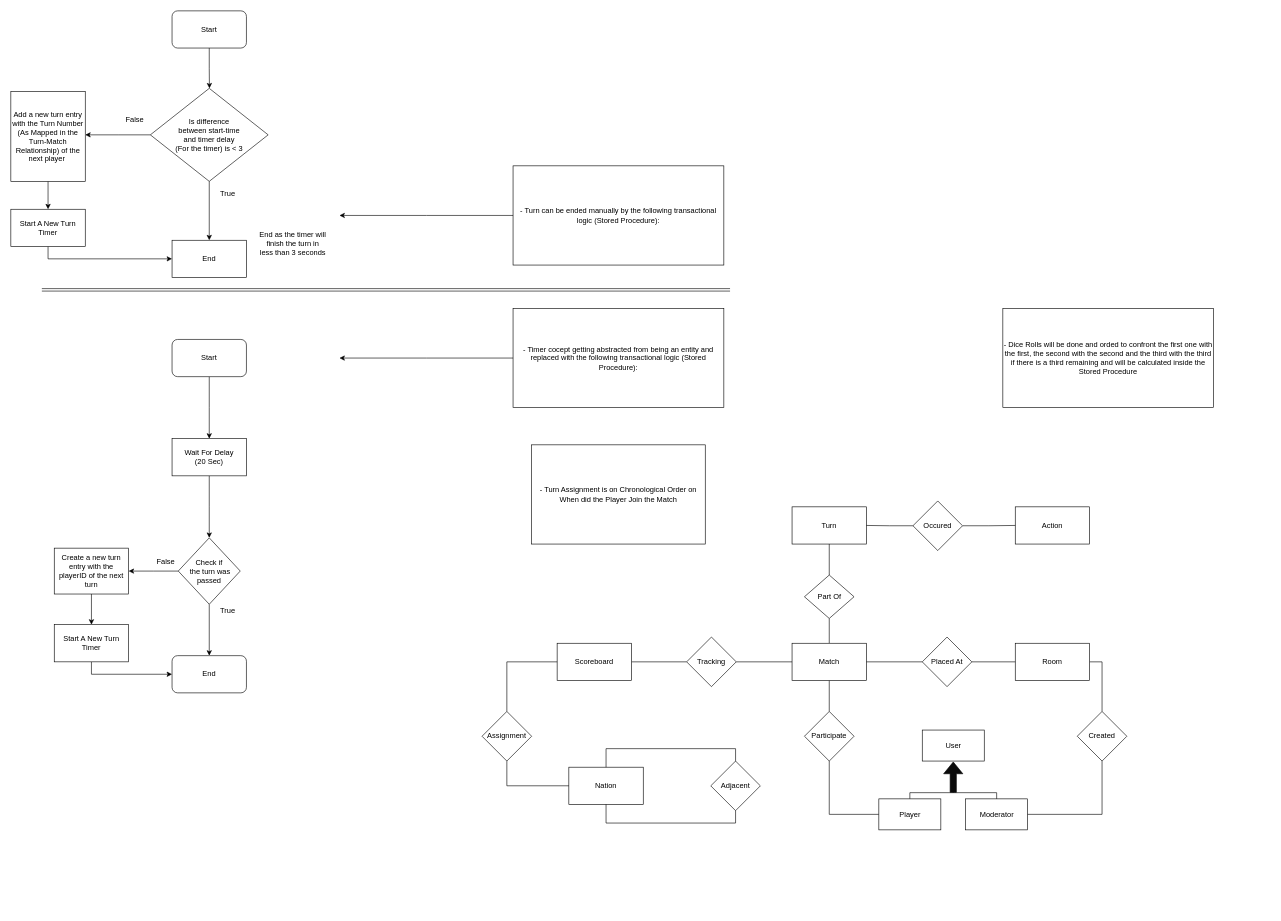
Before: doc/Schema Concettuale (Stripped).drawio in CptPackage/risiko-online, a draw.io diagram. Source tidied: cells renumbered, new cells numbered last; positions are measured from the earlier drawing's top-left corner, leaving out a move shared by most shapes. Both pictures are drawn from the tidied source at 62%, with x=0, y=0 at pixel (11, 11).
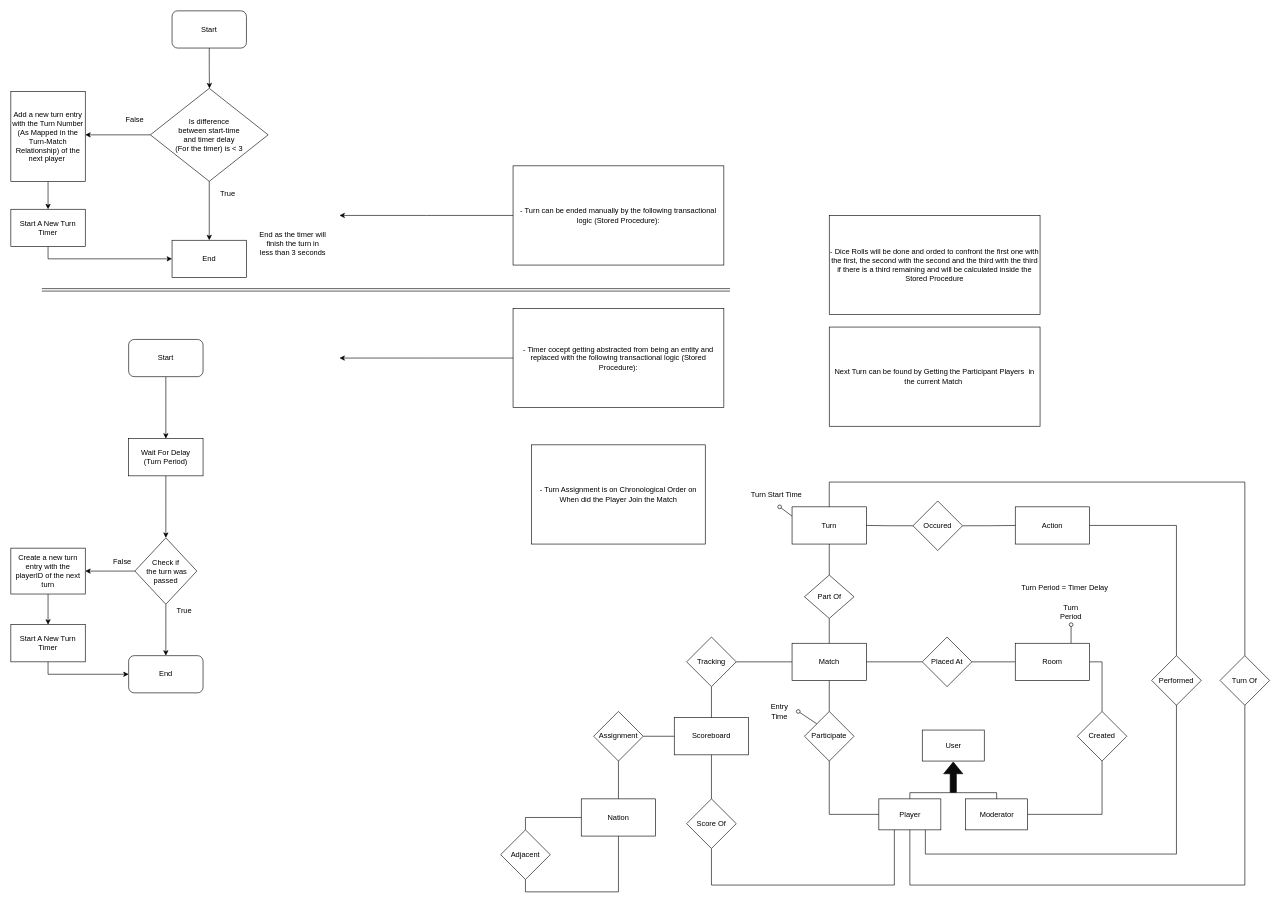
Above is the later version.

Commit message:
[ER] Added more connection between player and other related concepts

The change refers to these unchanged cells:
```xml
<mxCell id="5" value="Turn" style="rounded=0;whiteSpace=wrap;html=1;" parent="1" vertex="1">
  <mxGeometry x="1260" y="800" width="120" height="60" as="geometry" />
</mxCell>
<mxCell id="6" value="Action" style="rounded=0;whiteSpace=wrap;html=1;direction=east;" parent="1" vertex="1">
  <mxGeometry x="1620" y="800" width="120" height="60" as="geometry" />
</mxCell>
<mxCell id="9" value="Participate" style="rhombus;whiteSpace=wrap;html=1;" parent="1" vertex="1">
  <mxGeometry x="1280" y="1130" width="80" height="80" as="geometry" />
</mxCell>
<mxCell id="15" value="Player" style="html=1;dashed=0;whitespace=wrap;" parent="12" vertex="1">
  <mxGeometry y="111" width="100" height="50" as="geometry" />
</mxCell>
<mxCell id="26" value="Tracking" style="rhombus;whiteSpace=wrap;html=1;" parent="1" vertex="1">
  <mxGeometry x="1090" y="1010" width="80" height="80" as="geometry" />
</mxCell>
<mxCell id="34" value="Adjacent" style="rhombus;whiteSpace=wrap;html=1;direction=east;" parent="33" vertex="1">
  <mxGeometry width="80" height="80" as="geometry" />
</mxCell>
<mxCell id="39" value="Room" style="rounded=0;whiteSpace=wrap;html=1;" parent="1" vertex="1">
  <mxGeometry x="1620" y="1020" width="120" height="60" as="geometry" />
</mxCell>
```

What changed in the source:
```diff
@@
-    <mxCell id="2" style="edgeStyle=orthogonalEdgeStyle;rounded=0;jettySize=auto;html=1;exitX=1;exitY=0.5;exitDx=0;exitDy=0;endArrow=none;endFill=0;fillColor=#0A0A0A;" parent="1" edge="1" source="3" target="26">
+    <mxCell id="2" style="edgeStyle=orthogonalEdgeStyle;rounded=0;jettySize=auto;html=1;exitX=0.5;exitY=0;exitDx=0;exitDy=0;endArrow=none;endFill=0;fillColor=#0A0A0A;" parent="1" edge="1" source="3" target="26">
       <mxGeometry relative="1" as="geometry" />
     </mxCell>
     <mxCell id="3" value="Scoreboard" style="rounded=0;whiteSpace=wrap;html=1;" parent="1" vertex="1">
-      <mxGeometry x="881.1" y="1020" width="120" height="60" as="geometry" />
+      <mxGeometry x="1070" y="1140" width="120" height="60" as="geometry" />
     </mxCell>
@@
+    <mxCell id="78" style="rounded=0;jettySize=auto;html=1;exitX=0;exitY=0.25;exitDx=0;exitDy=0;endArrow=oval;endFill=0;fillColor=#0A0A0A;" parent="1" edge="1" source="5">
+      <mxGeometry relative="1" as="geometry">
+        <mxPoint x="1240" y="800" as="targetPoint" />
+      </mxGeometry>
+    </mxCell>
@@
+    <mxCell id="79" style="edgeStyle=orthogonalEdgeStyle;rounded=0;jettySize=auto;html=1;exitX=1;exitY=0.5;exitDx=0;exitDy=0;entryX=0.75;entryY=1;entryDx=0;entryDy=0;endArrow=none;endFill=0;fillColor=#0A0A0A;" parent="1" edge="1" source="88" target="15">
+      <mxGeometry relative="1" as="geometry">
+        <Array as="points">
+          <mxPoint x="1880" y="1080" />
+          <mxPoint x="1880" y="1360" />
+          <mxPoint x="1475" y="1360" />
+        </Array>
+      </mxGeometry>
+    </mxCell>
@@
+    <mxCell id="80" style="edgeStyle=none;rounded=0;jettySize=auto;html=1;exitX=0;exitY=0;exitDx=0;exitDy=0;endArrow=oval;endFill=0;fillColor=#0A0A0A;" parent="1" edge="1" source="9">
+      <mxGeometry relative="1" as="geometry">
+        <mxPoint x="1270" y="1130" as="targetPoint" />
+      </mxGeometry>
+    </mxCell>
@@
-    <mxCell id="18" style="group;direction=north;" parent="1" vertex="1">
-      <mxGeometry x="870" y="1330" width="200" height="120" as="geometry" />
-    </mxCell>
-    <mxCell id="19" style="group;direction=west;" parent="18" vertex="1">
-      <mxGeometry x="30" y="-110.1" width="120" height="60" as="geometry" />
-    </mxCell>
-    <mxCell id="20" value="Nation" style="rounded=0;whiteSpace=wrap;html=1;direction=east;" parent="19" vertex="1">
-      <mxGeometry width="120" height="60" as="geometry" />
-    </mxCell>
@@
+    <mxCell id="81" style="edgeStyle=orthogonalEdgeStyle;rounded=0;jettySize=auto;html=1;exitX=0.5;exitY=1;exitDx=0;exitDy=0;entryX=0;entryY=0.5;entryDx=0;entryDy=0;endArrow=none;endFill=0;fillColor=#0A0A0A;" parent="1" edge="1" source="31" target="3">
+      <mxGeometry relative="1" as="geometry" />
+    </mxCell>
-    <mxCell id="30" style="edgeStyle=orthogonalEdgeStyle;rounded=0;jettySize=auto;html=1;exitX=0;exitY=0.5;exitDx=0;exitDy=0;endArrow=none;endFill=0;fillColor=#0A0A0A;entryX=0;entryY=0.5;entryDx=0;entryDy=0;" parent="1" edge="1" source="31" target="20">
+    <mxCell id="30" style="edgeStyle=orthogonalEdgeStyle;rounded=0;jettySize=auto;html=1;exitX=0;exitY=0.5;exitDx=0;exitDy=0;entryX=0.5;entryY=0;entryDx=0;entryDy=0;endArrow=none;endFill=0;fillColor=#0A0A0A;" parent="1" edge="1" source="31" target="20">
       <mxGeometry relative="1" as="geometry" />
     </mxCell>
     <mxCell id="31" value="Assignment" style="rhombus;whiteSpace=wrap;html=1;direction=north;" parent="1" vertex="1">
-      <mxGeometry x="760" y="1130" width="80" height="80" as="geometry" />
+      <mxGeometry x="940" y="1130" width="80" height="80" as="geometry" />
     </mxCell>
-    <mxCell id="32" style="edgeStyle=orthogonalEdgeStyle;rounded=0;jettySize=auto;html=1;exitX=0;exitY=0.5;exitDx=0;exitDy=0;entryX=1;entryY=0.5;entryDx=0;entryDy=0;endArrow=none;endFill=0;fillColor=#0A0A0A;" parent="1" edge="1" source="3" target="31">
-      <mxGeometry relative="1" as="geometry" />
-    </mxCell>
     <mxCell id="33" style="group;" parent="1" vertex="1">
-      <mxGeometry x="1128.9" y="1210" width="80" height="80" as="geometry" />
+      <mxGeometry x="790" y="1321" width="80" height="80" as="geometry" />
     </mxCell>
@@
-    <mxCell id="35" style="edgeStyle=orthogonalEdgeStyle;rounded=0;jettySize=auto;html=1;exitX=0.5;exitY=0;exitDx=0;exitDy=0;entryX=0.5;entryY=0;entryDx=0;entryDy=0;endArrow=none;endFill=0;fillColor=#0A0A0A;" parent="1" edge="1" source="34" target="20">
-      <mxGeometry relative="1" as="geometry" />
-    </mxCell>
@@
+    <mxCell id="82" style="edgeStyle=none;rounded=0;jettySize=auto;html=1;exitX=0.75;exitY=0;exitDx=0;exitDy=0;endArrow=oval;endFill=0;fillColor=#0A0A0A;" parent="1" edge="1" source="39">
+      <mxGeometry relative="1" as="geometry">
+        <mxPoint x="1710.1" y="990" as="targetPoint" />
+      </mxGeometry>
+    </mxCell>
@@
-    <mxCell id="43" style="edgeStyle=orthogonalEdgeStyle;rounded=0;jettySize=auto;html=1;exitX=0.5;exitY=1;exitDx=0;exitDy=0;entryX=0.5;entryY=1;entryDx=0;entryDy=0;endArrow=none;endFill=0;fillColor=#0A0A0A;" parent="1" edge="1" source="34" target="20">
-      <mxGeometry relative="1" as="geometry">
-        <Array as="points">
-          <mxPoint x="1168.9" y="1310" />
-          <mxPoint x="959.9" y="1310" />
-        </Array>
-      </mxGeometry>
-    </mxCell>
@@
     <mxCell id="46" style="edgeStyle=orthogonalEdgeStyle;rounded=0;jettySize=auto;html=1;exitX=0.5;exitY=1;exitDx=0;exitDy=0;endArrow=classic;endFill=1;fillColor=#0A0A0A;" parent="1" edge="1" source="47">
       <mxGeometry relative="1" as="geometry">
-        <mxPoint x="320" y="690" as="targetPoint" />
+        <mxPoint x="250" y="690" as="targetPoint" />
       </mxGeometry>
     </mxCell>
     <mxCell id="47" value="Start" style="rounded=1;whiteSpace=wrap;html=1;" parent="1" vertex="1">
-      <mxGeometry x="260" y="530" width="120" height="60" as="geometry" />
+      <mxGeometry x="190" y="530" width="120" height="60" as="geometry" />
     </mxCell>
     <mxCell id="48" style="edgeStyle=orthogonalEdgeStyle;rounded=0;jettySize=auto;html=1;exitX=0.5;exitY=1;exitDx=0;exitDy=0;endArrow=classic;endFill=1;fillColor=#0A0A0A;" parent="1" edge="1" source="49">
       <mxGeometry relative="1" as="geometry">
-        <mxPoint x="320" y="850" as="targetPoint" />
+        <mxPoint x="250" y="850" as="targetPoint" />
       </mxGeometry>
     </mxCell>
-    <mxCell id="49" value="Wait For Delay&lt;br&gt;(20 Sec)" style="rounded=0;whiteSpace=wrap;html=1;strokeColor=#000000;" parent="1" vertex="1">
-      <mxGeometry x="260" y="690" width="120" height="60" as="geometry" />
+    <mxCell id="49" value="Wait For Delay&lt;br&gt;(Turn Period)" style="rounded=0;whiteSpace=wrap;html=1;strokeColor=#000000;" parent="1" vertex="1">
+      <mxGeometry x="190" y="690" width="120" height="60" as="geometry" />
     </mxCell>
     <mxCell id="50" style="edgeStyle=orthogonalEdgeStyle;rounded=0;jettySize=auto;html=1;exitX=0.5;exitY=1;exitDx=0;exitDy=0;endArrow=classic;endFill=1;fillColor=#0A0A0A;" parent="1" edge="1" source="52">
       <mxGeometry relative="1" as="geometry">
-        <mxPoint x="320" y="1040" as="targetPoint" />
+        <mxPoint x="250" y="1040" as="targetPoint" />
       </mxGeometry>
     </mxCell>
     <mxCell id="51" style="edgeStyle=orthogonalEdgeStyle;rounded=0;jettySize=auto;html=1;endArrow=classic;endFill=1;fillColor=#0A0A0A;" parent="1" edge="1" source="52">
       <mxGeometry relative="1" as="geometry">
-        <mxPoint x="190" y="903.6" as="targetPoint" />
+        <mxPoint x="120" y="903.6" as="targetPoint" />
       </mxGeometry>
     </mxCell>
     <mxCell id="52" value="Check if&lt;br&gt;&amp;nbsp;the turn was passed" style="rhombus;whiteSpace=wrap;html=1;strokeColor=#000000;" parent="1" vertex="1">
-      <mxGeometry x="270" y="850" width="100" height="107.1" as="geometry" />
+      <mxGeometry x="200" y="850" width="100" height="107.1" as="geometry" />
     </mxCell>
     <mxCell id="53" value="True" style="text;html=1;strokeColor=none;fillColor=none;align=center;verticalAlign=middle;whiteSpace=wrap;rounded=0;" parent="1" vertex="1">
-      <mxGeometry x="330" y="957.1" width="40" height="20" as="geometry" />
+      <mxGeometry x="260" y="957.1" width="40" height="20" as="geometry" />
     </mxCell>
     <mxCell id="54" value="End" style="rounded=1;whiteSpace=wrap;html=1;strokeColor=#000000;" parent="1" vertex="1">
-      <mxGeometry x="260" y="1040" width="120" height="60" as="geometry" />
+      <mxGeometry x="190" y="1040" width="120" height="60" as="geometry" />
     </mxCell>
@@
     <mxCell id="56" value="Create a new turn entry with the playerID of the next turn" style="rounded=0;whiteSpace=wrap;html=1;strokeColor=#000000;" parent="1" vertex="1">
-      <mxGeometry x="70" y="866.6" width="120" height="74" as="geometry" />
+      <mxGeometry y="866.6" width="120" height="74" as="geometry" />
     </mxCell>
     <mxCell id="57" value="False" style="text;html=1;strokeColor=none;fillColor=none;align=center;verticalAlign=middle;whiteSpace=wrap;rounded=0;" parent="1" vertex="1">
-      <mxGeometry x="230" y="877.5" width="40" height="20" as="geometry" />
+      <mxGeometry x="160" y="877.5" width="40" height="20" as="geometry" />
     </mxCell>
@@
     <mxCell id="72" value="- Dice Rolls will be done and orded to confront the first one with the first, the second with the second and the third with the third if there is a third remaining and will be calculated inside the Stored Procedure" style="text;html=1;strokeColor=#000000;fillColor=none;align=center;verticalAlign=middle;whiteSpace=wrap;rounded=0;" parent="1" vertex="1">
-      <mxGeometry x="1600" y="480" width="340" height="160" as="geometry" />
+      <mxGeometry x="1320" y="330" width="340" height="160" as="geometry" />
     </mxCell>
@@
     <mxCell id="77" value="Start A New Turn Timer" style="rounded=0;whiteSpace=wrap;html=1;strokeColor=#000000;" parent="1" vertex="1">
-      <mxGeometry x="70" y="990" width="120" height="60" as="geometry" />
+      <mxGeometry y="990" width="120" height="60" as="geometry" />
     </mxCell>
+    <mxCell id="83" value="Next Turn can be found by Getting the Participant Players&amp;nbsp; in the current Match&amp;nbsp;" style="text;html=1;strokeColor=#000000;fillColor=none;align=center;verticalAlign=middle;whiteSpace=wrap;rounded=0;" parent="1" vertex="1">
+      <mxGeometry x="1320" y="510" width="340" height="160" as="geometry" />
+    </mxCell>
+    <mxCell id="84" value="Entry Time" style="text;html=1;strokeColor=none;fillColor=none;align=center;verticalAlign=middle;whiteSpace=wrap;rounded=0;" parent="1" vertex="1">
+      <mxGeometry x="1220" y="1120" width="40" height="20" as="geometry" />
+    </mxCell>
+    <mxCell id="85" value="Turn Period" style="text;html=1;strokeColor=none;fillColor=none;align=center;verticalAlign=middle;whiteSpace=wrap;rounded=0;" parent="1" vertex="1">
+      <mxGeometry x="1690" y="960" width="40" height="20" as="geometry" />
+    </mxCell>
+    <mxCell id="86" value="Turn Period = Timer Delay" style="text;html=1;strokeColor=none;fillColor=none;align=center;verticalAlign=middle;whiteSpace=wrap;rounded=0;" parent="1" vertex="1">
+      <mxGeometry x="1620" y="920.6" width="160" height="20" as="geometry" />
+    </mxCell>
+    <mxCell id="87" style="edgeStyle=orthogonalEdgeStyle;rounded=0;jettySize=auto;html=1;exitX=0.5;exitY=0;exitDx=0;exitDy=0;entryX=1;entryY=0.5;entryDx=0;entryDy=0;endArrow=none;endFill=0;fillColor=#0A0A0A;" parent="1" edge="1" source="88" target="6">
+      <mxGeometry relative="1" as="geometry" />
+    </mxCell>
+    <mxCell id="88" value="Performed" style="rhombus;whiteSpace=wrap;html=1;strokeColor=#000000;" parent="1" vertex="1">
+      <mxGeometry x="1840" y="1040" width="80" height="80" as="geometry" />
+    </mxCell>
+    <mxCell id="89" style="edgeStyle=orthogonalEdgeStyle;rounded=0;jettySize=auto;html=1;exitX=0.5;exitY=0;exitDx=0;exitDy=0;entryX=0.5;entryY=0;entryDx=0;entryDy=0;endArrow=none;endFill=0;fillColor=#0A0A0A;" parent="1" edge="1" source="91" target="5">
+      <mxGeometry relative="1" as="geometry">
+        <Array as="points">
+          <mxPoint x="1990" y="760" />
+          <mxPoint x="1320" y="760" />
+        </Array>
+      </mxGeometry>
+    </mxCell>
+    <mxCell id="90" style="edgeStyle=orthogonalEdgeStyle;rounded=0;jettySize=auto;html=1;exitX=0.5;exitY=1;exitDx=0;exitDy=0;endArrow=none;endFill=0;fillColor=#0A0A0A;" parent="1" edge="1" source="91">
+      <mxGeometry relative="1" as="geometry">
+        <mxPoint x="1450" y="1321" as="targetPoint" />
+        <Array as="points">
+          <mxPoint x="1990" y="1410" />
+          <mxPoint x="1450" y="1410" />
+          <mxPoint x="1450" y="1321" />
+        </Array>
+      </mxGeometry>
+    </mxCell>
+    <mxCell id="91" value="Turn Of" style="rhombus;whiteSpace=wrap;html=1;strokeColor=#000000;" parent="1" vertex="1">
+      <mxGeometry x="1950.3" y="1040" width="80" height="80" as="geometry" />
+    </mxCell>
+    <mxCell id="92" style="edgeStyle=orthogonalEdgeStyle;rounded=0;jettySize=auto;html=1;exitX=0.5;exitY=1;exitDx=0;exitDy=0;entryX=0.5;entryY=1;entryDx=0;entryDy=0;endArrow=none;endFill=0;fillColor=#0A0A0A;" parent="1" edge="1" source="20" target="34">
+      <mxGeometry relative="1" as="geometry" />
+    </mxCell>
+    <mxCell id="19" style="group;direction=south;" parent="1" vertex="1">
+      <mxGeometry x="920" y="1271" width="60" height="120" as="geometry" />
+    </mxCell>
+    <mxCell id="20" value="Nation" style="rounded=0;whiteSpace=wrap;html=1;direction=east;" parent="19" vertex="1">
+      <mxGeometry width="120" height="60" as="geometry" />
+    </mxCell>
+    <mxCell id="93" style="edgeStyle=orthogonalEdgeStyle;rounded=0;jettySize=auto;html=1;exitX=0.5;exitY=0;exitDx=0;exitDy=0;entryX=0.5;entryY=1;entryDx=0;entryDy=0;endArrow=none;endFill=0;fillColor=#0A0A0A;" parent="1" edge="1" source="95" target="3">
+      <mxGeometry relative="1" as="geometry" />
+    </mxCell>
+    <mxCell id="94" style="edgeStyle=orthogonalEdgeStyle;rounded=0;jettySize=auto;html=1;exitX=0.5;exitY=1;exitDx=0;exitDy=0;entryX=0.25;entryY=1;entryDx=0;entryDy=0;endArrow=none;endFill=0;fillColor=#0A0A0A;" parent="1" edge="1" source="95" target="15">
+      <mxGeometry relative="1" as="geometry">
+        <Array as="points">
+          <mxPoint x="1130" y="1410" />
+          <mxPoint x="1425" y="1410" />
+        </Array>
+      </mxGeometry>
+    </mxCell>
+    <mxCell id="95" value="Score Of" style="rhombus;whiteSpace=wrap;html=1;strokeColor=#000000;" parent="1" vertex="1">
+      <mxGeometry x="1090" y="1271" width="80" height="80" as="geometry" />
+    </mxCell>
+    <mxCell id="96" style="edgeStyle=orthogonalEdgeStyle;rounded=0;jettySize=auto;html=1;exitX=0.5;exitY=0;exitDx=0;exitDy=0;entryX=0;entryY=0.5;entryDx=0;entryDy=0;endArrow=none;endFill=0;fillColor=#0A0A0A;" parent="1" edge="1" source="34" target="20">
+      <mxGeometry relative="1" as="geometry" />
+    </mxCell>
+    <mxCell id="97" value="Turn Start Time" style="text;html=1;strokeColor=none;fillColor=none;align=center;verticalAlign=middle;whiteSpace=wrap;rounded=0;" parent="1" vertex="1">
+      <mxGeometry x="1190" y="770.5" width="90" height="20" as="geometry" />
+    </mxCell>
```
